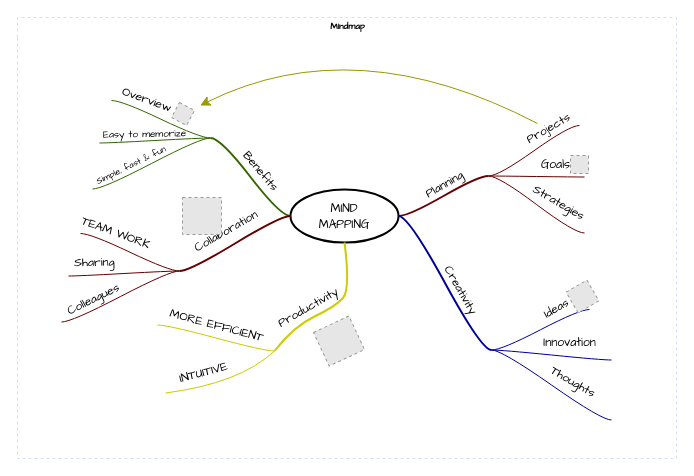
barlennan2bb/barl-devl keeps this draw.io diagram as Untitled Diagram.drawio. Above is the earlier version. Source tidied: cells renumbered, new cells numbered last; positions are measured from the earlier drawing's top-left corner, leaving out a move shared by most shapes. Both pictures are drawn from the tidied source at 100%, with x=0, y=0 at pixel (17, 17). Pictures stored in the file or linked from it are replaced by grey dashed boxes.
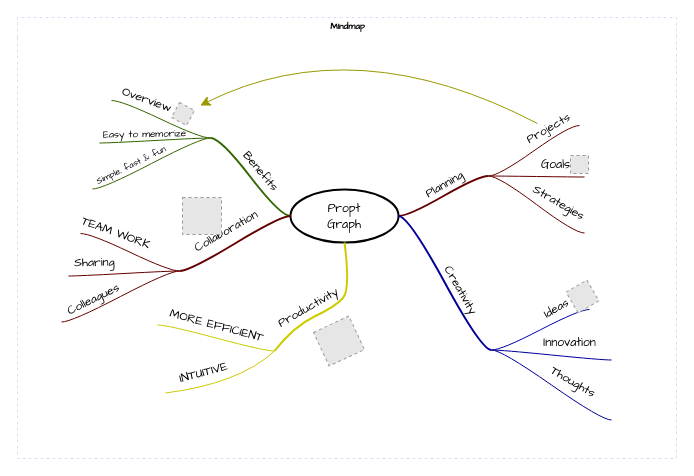
Above is the later version.

The change refers to these unchanged cells:
```xml
<mxCell id="2" value="Mindmap" style="swimlane;html=1;startSize=20;horizontal=1;containerType=tree;labelBackgroundColor=none;strokeColor=#D4E1F5;strokeWidth=1;fillColor=none;fontFamily=Comic Sans MS;fontSize=9;swimlaneLine=0;dashed=1;" parent="1" vertex="1">
  <mxGeometry width="659" height="441" as="geometry" />
</mxCell>
```

Change to the diagram source:
```diff
@@
-    <mxCell id="3" value="&lt;font face=&quot;Comic Sans MS&quot;&gt;MIND&lt;br&gt;MAPPING&lt;/font&gt;" style="ellipse;whiteSpace=wrap;html=1;align=center;strokeWidth=2;" parent="2" vertex="1">
+    <mxCell id="3" value="&lt;font face=&quot;Comic Sans MS&quot;&gt;Propt&lt;br&gt;Graph&lt;/font&gt;" style="ellipse;whiteSpace=wrap;html=1;align=center;strokeWidth=2;" parent="2" vertex="1">
       <mxGeometry x="273" y="172" width="108" height="53" as="geometry" />
     </mxCell>
```
